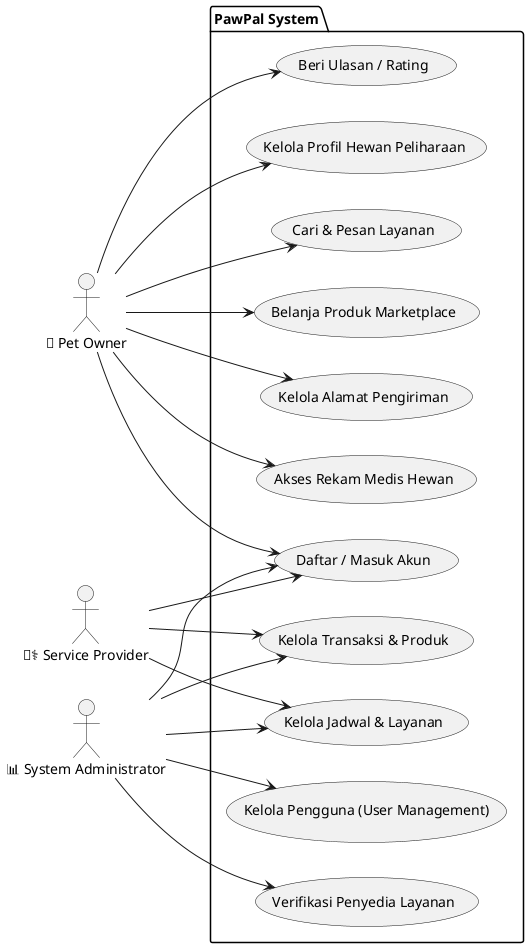
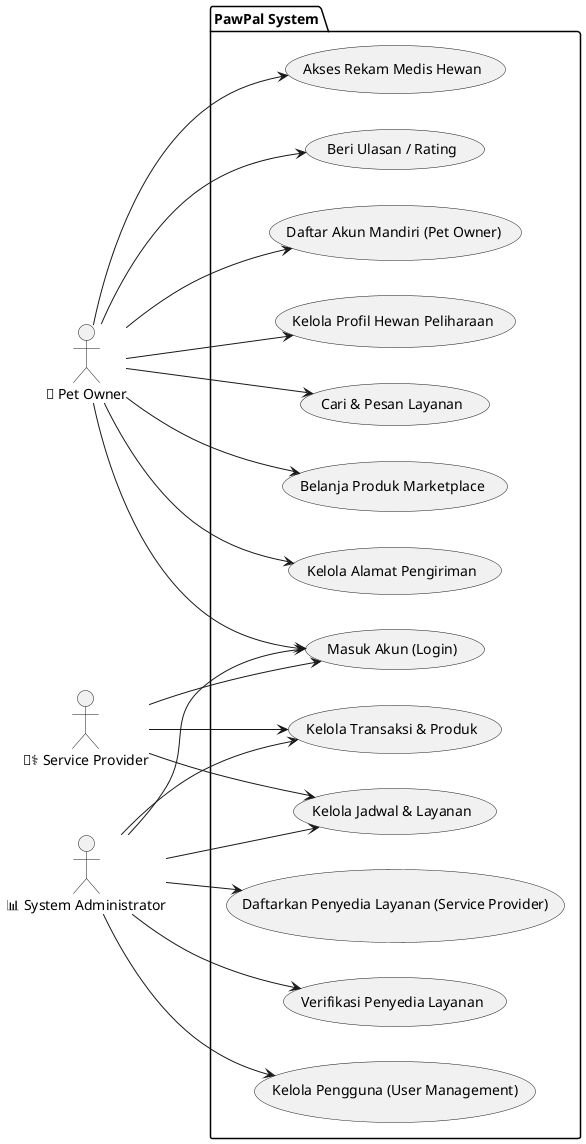
@startuml UseCase
left to right direction
actor "🐾 Pet Owner" as PO
actor "🧑‍⚕️ Service Provider" as SP
actor "📊 System Administrator" as ADM

package "PawPal System" {
-   usecase "Daftar / Masuk Akun" as UC1
+   usecase "Masuk Akun (Login)" as UC1
+   usecase "Daftar Akun Mandiri (Pet Owner)" as UC1a
+   usecase "Daftarkan Penyedia Layanan (Service Provider)" as UC1b
  usecase "Kelola Profil Hewan Peliharaan" as UC2
  usecase "Cari & Pesan Layanan" as UC3
  usecase "Belanja Produk Marketplace" as UC4
  usecase "Kelola Alamat Pengiriman" as UC5
  usecase "Akses Rekam Medis Hewan" as UC6
  usecase "Beri Ulasan / Rating" as UC7
  usecase "Kelola Jadwal & Layanan" as UC8
  usecase "Kelola Transaksi & Produk" as UC9
  usecase "Verifikasi Penyedia Layanan" as UC10
  usecase "Kelola Pengguna (User Management)" as UC11
}

PO --> UC1
+ PO --> UC1a
PO --> UC2
PO --> UC3
PO --> UC4
PO --> UC5
PO --> UC6
PO --> UC7

SP --> UC1
SP --> UC8
SP --> UC9

ADM --> UC1
+ ADM --> UC1b
ADM --> UC10
ADM --> UC11
ADM --> UC8
ADM --> UC9
@enduml
